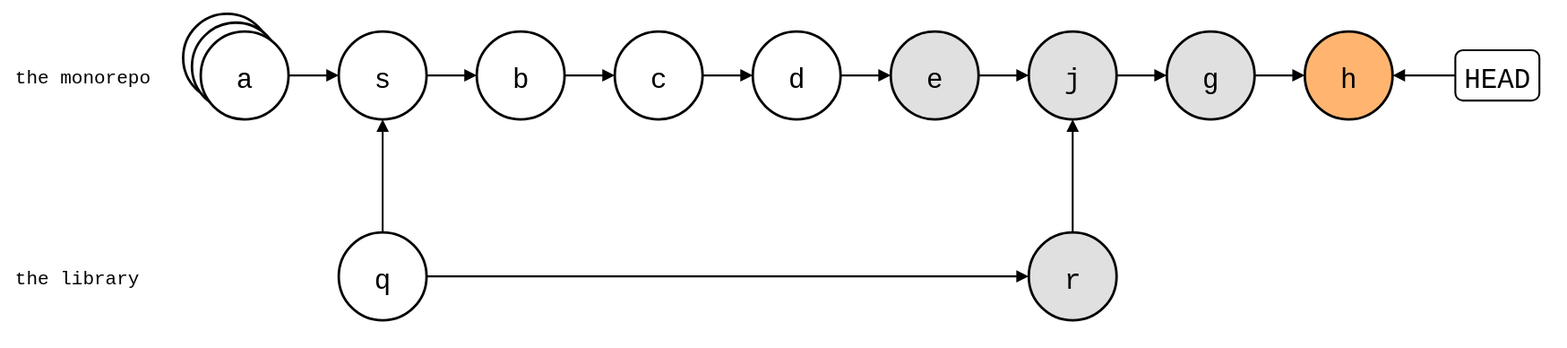
The draw.io diagram static/blog/episodes/git-subtree-rejoin-walks.drawio.svg in roschaefer/roschaefer.de, before a commit. Source tidied: cells renumbered, new cells last; positions are measured from the earlier drawing's top-left corner, leaving out a move shared by most shapes.
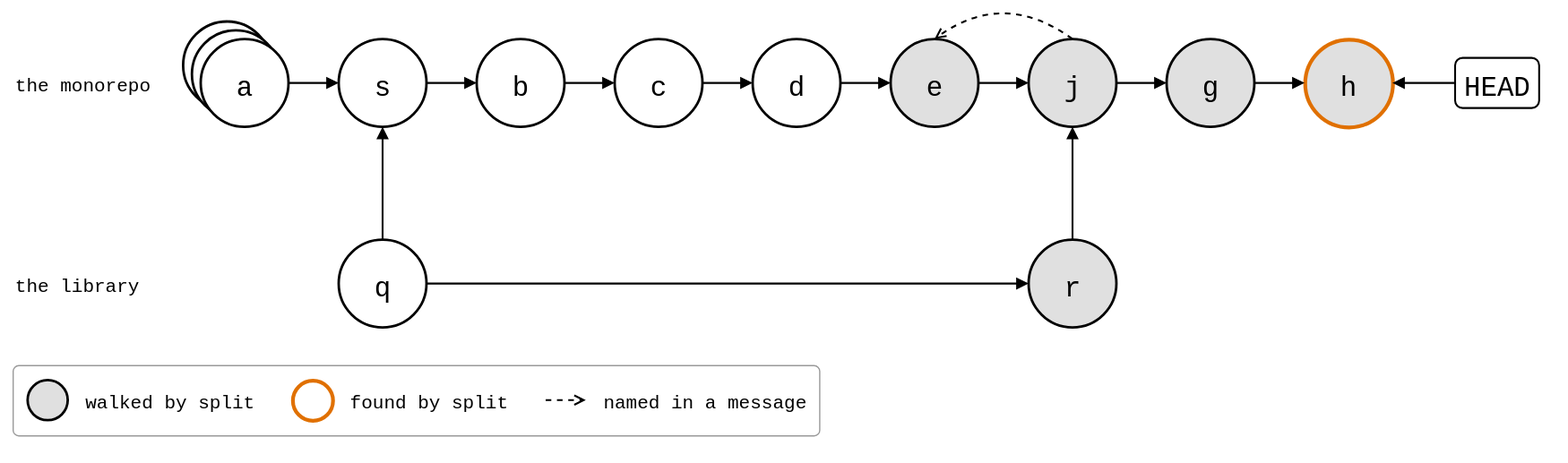
The same diagram one commit later.

What changed in the source:
```diff
@@ -29,22 +29,22 @@
     <mxCell id="10" value="d" style="ellipse;strokeWidth=2;fontSize=22;fontFamily=Roboto Mono,monospace;" parent="1" vertex="1">
       <mxGeometry x="590" y="14" width="70" height="70" as="geometry" />
     </mxCell>
-    <mxCell id="11" value="e" style="ellipse;strokeWidth=2;fontSize=22;fontFamily=Roboto Mono,monospace;fillColor=#E0E0E0;" parent="1" vertex="1">
+    <mxCell id="11" value="e" style="ellipse;fontSize=22;fontFamily=Roboto Mono,monospace;strokeWidth=2;fillColor=#E0E0E0;" parent="1" vertex="1">
       <mxGeometry x="700" y="14" width="70" height="70" as="geometry" />
     </mxCell>
-    <mxCell id="12" value="j" style="ellipse;strokeWidth=2;fontSize=22;fontFamily=Roboto Mono,monospace;fillColor=#E0E0E0;" parent="1" vertex="1">
+    <mxCell id="12" value="j" style="ellipse;fontSize=22;fontFamily=Roboto Mono,monospace;strokeWidth=2;fillColor=#E0E0E0;" parent="1" vertex="1">
       <mxGeometry x="810" y="14" width="70" height="70" as="geometry" />
     </mxCell>
     <mxCell id="13" value="q" style="ellipse;strokeWidth=2;fontSize=22;fontFamily=Roboto Mono,monospace;" parent="1" vertex="1">
       <mxGeometry x="260" y="174" width="70" height="70" as="geometry" />
     </mxCell>
-    <mxCell id="14" value="r" style="ellipse;strokeWidth=2;fontSize=22;fontFamily=Roboto Mono,monospace;fillColor=#E0E0E0;" parent="1" vertex="1">
+    <mxCell id="14" value="r" style="ellipse;fontSize=22;fontFamily=Roboto Mono,monospace;strokeWidth=2;fillColor=#E0E0E0;" parent="1" vertex="1">
       <mxGeometry x="810" y="174" width="70" height="70" as="geometry" />
     </mxCell>
-    <mxCell id="15" value="g" style="ellipse;strokeWidth=2;fontSize=22;fontFamily=Roboto Mono,monospace;fillColor=#E0E0E0;" parent="1" vertex="1">
+    <mxCell id="15" value="g" style="ellipse;fontSize=22;fontFamily=Roboto Mono,monospace;strokeWidth=2;fillColor=#E0E0E0;" parent="1" vertex="1">
       <mxGeometry x="920" y="14" width="70" height="70" as="geometry" />
     </mxCell>
-    <mxCell id="16" value="h" style="ellipse;strokeWidth=2;fontSize=22;fontFamily=Roboto Mono,monospace;fillColor=#FFB570;" parent="1" vertex="1">
+    <mxCell id="16" value="h" style="ellipse;fontSize=22;fontFamily=Roboto Mono,monospace;strokeColor=#E07000;strokeWidth=3;fillColor=#E0E0E0;" parent="1" vertex="1">
       <mxGeometry x="1030" y="14" width="70" height="70" as="geometry" />
     </mxCell>
     <mxCell id="17" style="endArrow=block;endFill=1;html=1;strokeWidth=1.5;rounded=0;" parent="1" edge="1" source="12" target="15">
@@ -86,5 +86,36 @@
     <mxCell id="29" style="endArrow=block;endFill=1;html=1;strokeWidth=1.5;rounded=0;" parent="1" edge="1" source="14" target="12">
       <mxGeometry relative="1" as="geometry" />
     </mxCell>
+    <mxCell id="30" style="endArrow=open;html=1;strokeWidth=1.5;dashed=1;dashPattern=3 3;message=1;curved=1;exitX=0.5;exitY=0;exitDx=0;exitDy=0;entryX=0.5;entryY=0;entryDx=0;entryDy=0;" parent="1" edge="1" source="12" target="11">
+      <mxGeometry relative="1" as="geometry">
+        <Array as="points">
+          <mxPoint x="790" y="-26" />
+        </Array>
+      </mxGeometry>
+    </mxCell>
+    <mxCell id="31" style="rounded=1;arcSize=8;fillColor=none;strokeColor=#999999;strokeWidth=1;legend=1;" parent="1" vertex="1">
+      <mxGeometry y="274" width="643" height="56" as="geometry" />
+    </mxCell>
+    <mxCell id="32" style="ellipse;fontSize=13;fontFamily=Roboto Mono,monospace;strokeWidth=2;fillColor=#E0E0E0;" parent="31" vertex="1">
+      <mxGeometry x="12" y="12" width="32" height="32" as="geometry" />
+    </mxCell>
+    <mxCell id="33" value="walked by split" style="text;align=left;verticalAlign=middle;fontSize=15;fontFamily=Roboto Mono,monospace;" parent="31" vertex="1">
+      <mxGeometry x="56" y="12" width="135" height="32" as="geometry" />
+    </mxCell>
+    <mxCell id="34" style="ellipse;fontSize=13;fontFamily=Roboto Mono,monospace;strokeColor=#E07000;strokeWidth=3;" parent="31" vertex="1">
+      <mxGeometry x="223" y="12" width="32" height="32" as="geometry" />
+    </mxCell>
+    <mxCell id="35" value="found by split" style="text;align=left;verticalAlign=middle;fontSize=15;fontFamily=Roboto Mono,monospace;" parent="31" vertex="1">
+      <mxGeometry x="267" y="12" width="126" height="32" as="geometry" />
+    </mxCell>
+    <mxCell id="36" style="endArrow=open;html=1;strokeWidth=1.5;dashed=1;dashPattern=3 3;message=1;" parent="31" edge="1">
+      <mxGeometry relative="1" as="geometry">
+        <mxPoint x="425" y="28" as="sourcePoint" />
+        <mxPoint x="457" y="28" as="targetPoint" />
+      </mxGeometry>
+    </mxCell>
+    <mxCell id="37" value="named in a message" style="text;align=left;verticalAlign=middle;fontSize=15;fontFamily=Roboto Mono,monospace;" parent="31" vertex="1">
+      <mxGeometry x="469" y="12" width="162" height="32" as="geometry" />
+    </mxCell>
   </root>
 </mxGraphModel>
```
